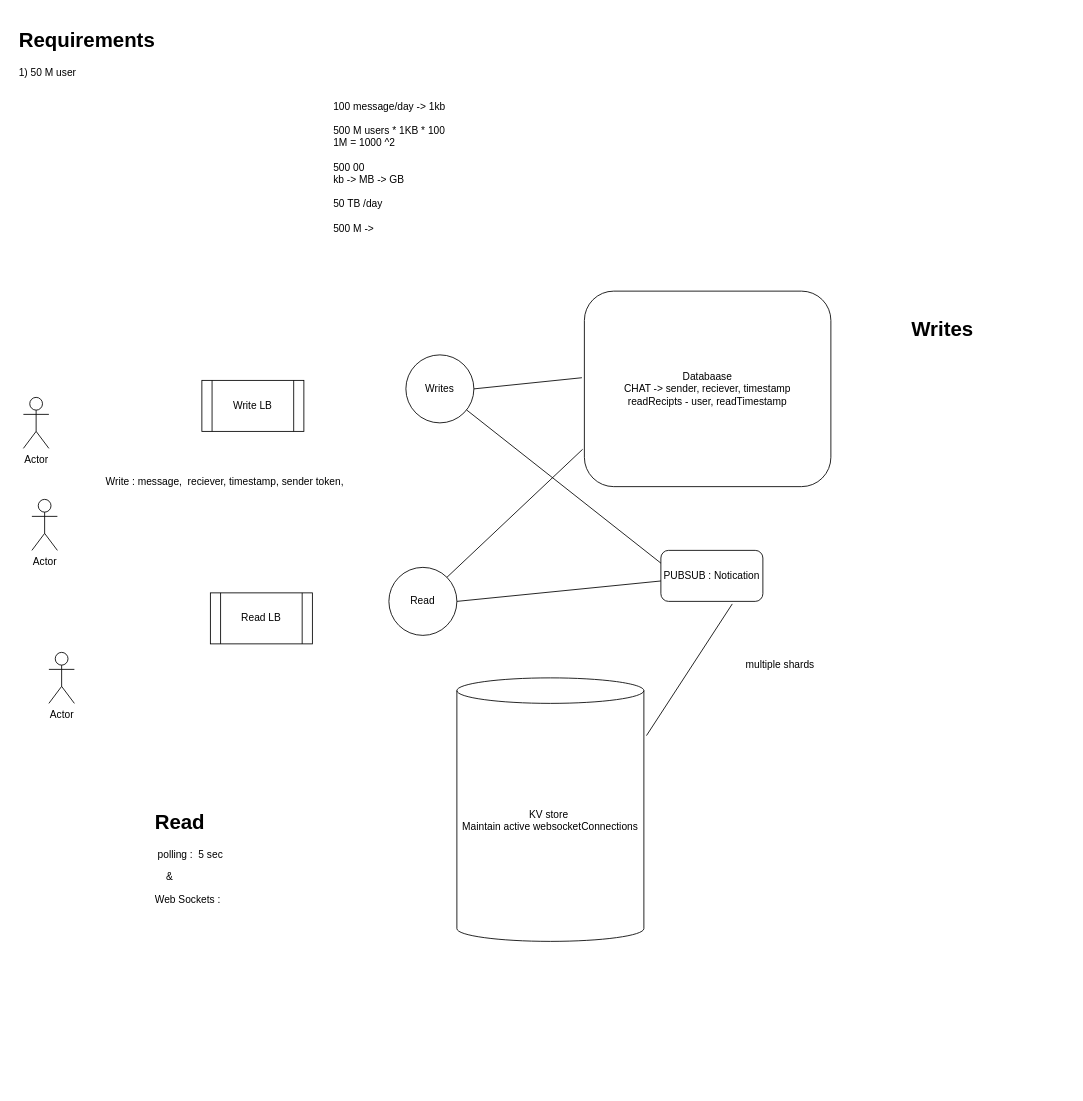
The draw.io diagram page "Page-1" (1 of 2) of Interview/FBDesign-chat 50 MM.drawio in ashwiniadlakha/draw_io, before the edit. Source tidied: cells renumbered, new cells numbered last; positions are measured from the earlier drawing's top-left corner, leaving out a move shared by most shapes. Both pictures are drawn from the tidied source at 85%, with x=0, y=0 at pixel (14, 23).
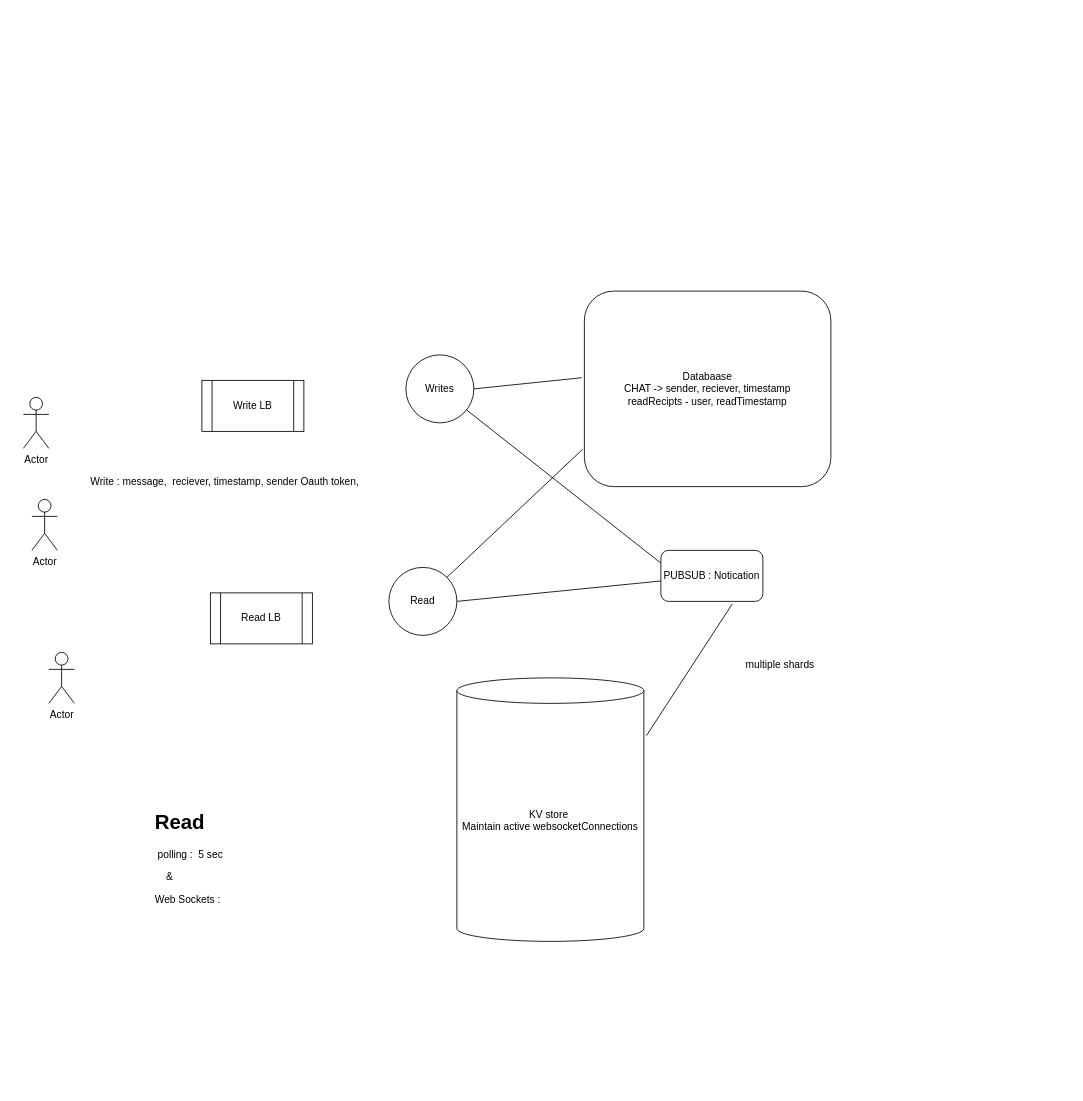
The same page after the edit.

Change to the diagram source:
```diff
@@
-    <mxCell id="2" value="&lt;h1&gt;Requirements&lt;/h1&gt;&lt;p&gt;1) 50 M user&lt;/p&gt;&lt;p&gt;&lt;br&gt;&lt;/p&gt;&lt;p&gt;&lt;br&gt;&lt;/p&gt;&lt;p&gt;&lt;br&gt;&lt;/p&gt;&lt;p&gt;&lt;br&gt;&lt;/p&gt;&lt;p&gt;&lt;br&gt;&lt;/p&gt;&lt;p&gt;&lt;br&gt;&lt;/p&gt;" style="text;html=1;strokeColor=none;fillColor=none;spacing=5;spacingTop=-20;whiteSpace=wrap;overflow=hidden;rounded=0;" parent="1" vertex="1">
-      <mxGeometry width="250" height="460" as="geometry" />
-    </mxCell>
-    <mxCell id="3" value="&lt;h1&gt;&lt;br&gt;&lt;/h1&gt;&lt;div&gt;100 message/day -&amp;gt; 1kb&lt;/div&gt;&lt;div&gt;&lt;br&gt;&lt;/div&gt;&lt;div&gt;500 M users * 1KB * 100&lt;/div&gt;&lt;div&gt;1M = 1000 ^2&lt;/div&gt;&lt;div&gt;&lt;br&gt;&lt;/div&gt;&lt;div&gt;500 00&amp;nbsp;&lt;/div&gt;&lt;div&gt;kb -&amp;gt; MB -&amp;gt; GB&lt;/div&gt;&lt;div&gt;&lt;br&gt;&lt;/div&gt;&lt;div&gt;50 TB /day&lt;/div&gt;&lt;div&gt;&lt;br&gt;&lt;/div&gt;&lt;div&gt;500 M -&amp;gt;&amp;nbsp;&lt;/div&gt;" style="text;html=1;strokeColor=none;fillColor=none;spacing=5;spacingTop=-20;whiteSpace=wrap;overflow=hidden;rounded=0;" parent="1" vertex="1">
-      <mxGeometry x="370" y="40" width="190" height="260" as="geometry" />
-    </mxCell>
@@
-    <mxCell id="9" value="&lt;h1&gt;Writes&lt;/h1&gt;" style="text;html=1;strokeColor=none;fillColor=none;spacing=5;spacingTop=-20;whiteSpace=wrap;overflow=hidden;rounded=0;" parent="1" vertex="1">
-      <mxGeometry x="1050" y="340" width="190" height="120" as="geometry" />
-    </mxCell>
@@
-    <mxCell id="14" value="Write : message,&amp;nbsp; reciever, timestamp, sender token,&amp;nbsp;&amp;nbsp;" style="text;html=1;align=center;verticalAlign=middle;strokeColor=none;fillColor=none;" parent="1" vertex="1">
-      <mxGeometry x="95" y="525" width="310" height="30" as="geometry" />
+    <mxCell id="14" value="Write : message,&amp;nbsp; reciever, timestamp, sender Oauth token,&amp;nbsp;&amp;nbsp;" style="text;html=1;align=center;verticalAlign=middle;strokeColor=none;fillColor=none;" parent="1" vertex="1">
+      <mxGeometry x="75" y="525" width="350" height="30" as="geometry" />
     </mxCell>
```
